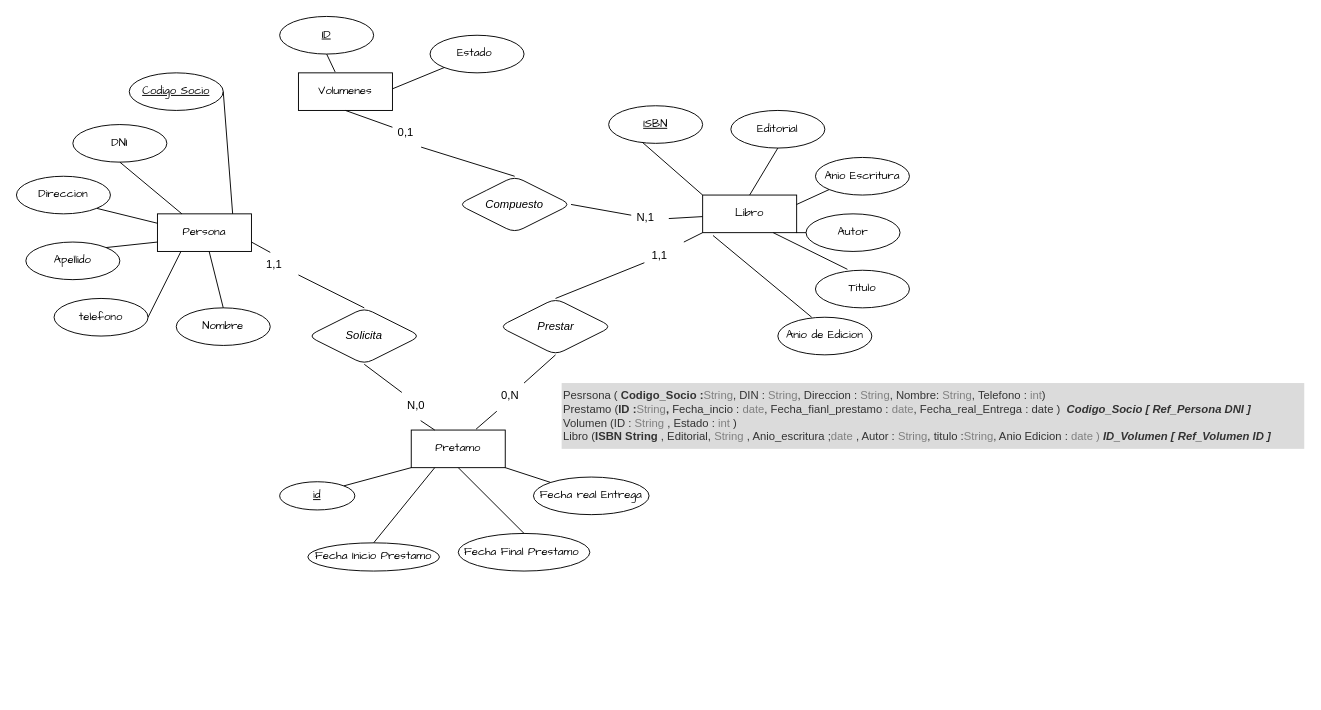
The draw.io diagram Diagramas/Actividad_01_C3_UD12.drawio in jordimall/jmg-tsys-ta12diagramasER-drawio-111023, before the edit. Source tidied: cells renumbered, new cells numbered last; positions are measured from the earlier drawing's top-left corner, leaving out a move shared by most shapes. Both pictures are drawn from the tidied source at 94%, with x=0, y=0 at pixel (16, 16).
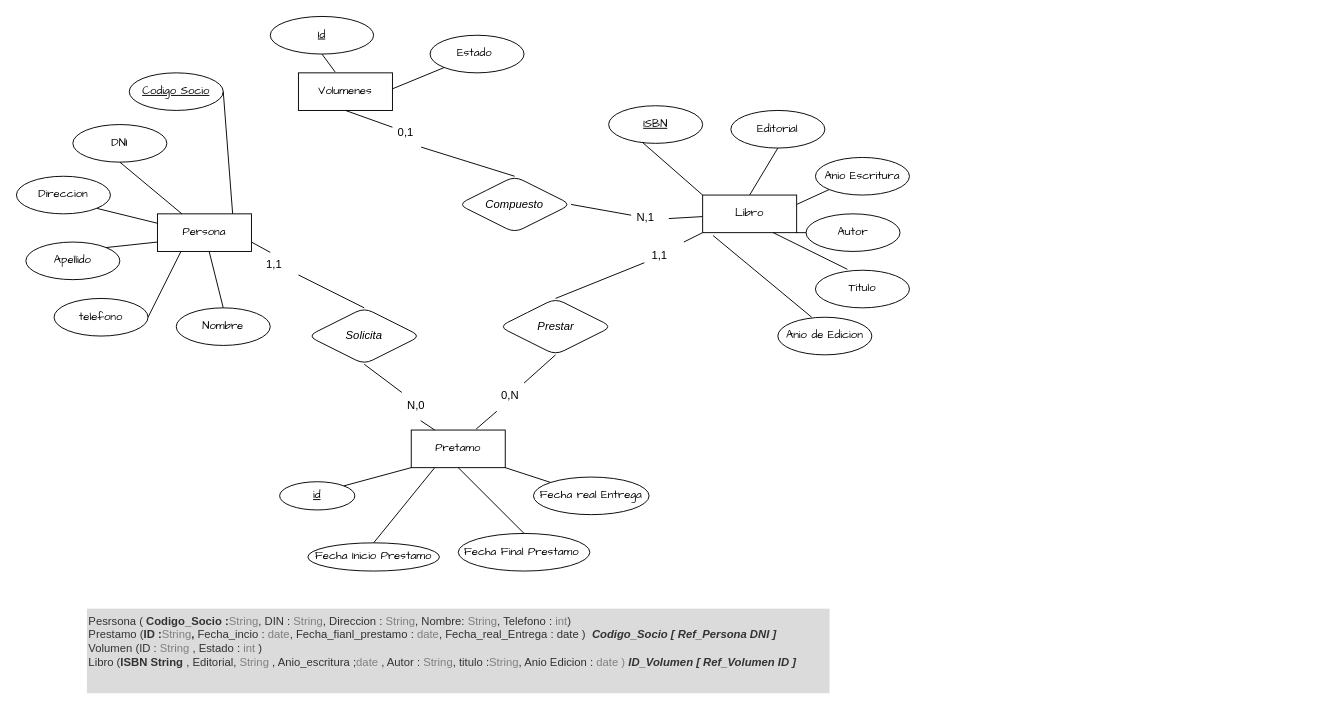
Above is the later version.

The edit, as a diff of the source:
```diff
@@
-    <mxCell id="46" value="ID" style="ellipse;whiteSpace=wrap;html=1;align=center;fontStyle=4;rounded=1;fontFamily=Comic Sans MS;" parent="1" vertex="1">
-      <mxGeometry x="280" width="100" height="40" as="geometry" />
+    <mxCell id="46" value="Id" style="ellipse;whiteSpace=wrap;html=1;align=center;fontStyle=4;rounded=1;fontFamily=Comic Sans MS;" parent="1" vertex="1">
+      <mxGeometry x="270" width="110" height="40" as="geometry" />
     </mxCell>
@@
     <mxCell id="64" value="&lt;font&gt;&lt;font&gt;Pesrsona ( &lt;b&gt;Codigo_Socio :&lt;/b&gt;&lt;font style=&quot;&quot; color=&quot;#808080&quot;&gt;String&lt;/font&gt;, DIN : &lt;font color=&quot;#808080&quot;&gt;String&lt;/font&gt;, Direccion : &lt;font color=&quot;#808080&quot;&gt;String&lt;/font&gt;, Nombre:&lt;font color=&quot;#808080&quot;&gt; String&lt;/font&gt;, Telefono :&lt;font color=&quot;#808080&quot;&gt; int&lt;/font&gt;)&lt;br&gt;Prestamo (&lt;b&gt;ID :&lt;/b&gt;&lt;font style=&quot;&quot; color=&quot;#808080&quot;&gt;String&lt;/font&gt;&lt;b&gt;, &lt;/b&gt;Fecha_incio :&lt;font color=&quot;#808080&quot;&gt; date&lt;/font&gt;, Fecha_fianl_prestamo : &lt;font color=&quot;#808080&quot;&gt;date&lt;/font&gt;, Fecha_real_Entrega : date )&amp;nbsp;&amp;nbsp;&lt;i style=&quot;border-color: var(--border-color);&quot;&gt;&lt;b&gt;Codigo_Socio [ Ref_Persona DNI ]&amp;nbsp;&lt;/b&gt;&lt;/i&gt;&lt;br&gt;Volumen (ID : &lt;font color=&quot;#808080&quot;&gt;String&lt;/font&gt; , Estado : &lt;font color=&quot;#808080&quot;&gt;int&lt;/font&gt; )&lt;br&gt;Libro (&lt;b&gt;ISBN String &lt;/b&gt;, Editorial, &lt;font color=&quot;#808080&quot;&gt;String&lt;/font&gt; , Anio_escritura ;&lt;font color=&quot;#808080&quot;&gt;date&lt;/font&gt; , Autor : &lt;font color=&quot;#808080&quot;&gt;String&lt;/font&gt;, titulo :&lt;font color=&quot;#808080&quot;&gt;String&lt;/font&gt;, Anio Edicion : &lt;font color=&quot;#808080&quot;&gt;date )&amp;nbsp;&lt;/font&gt;&lt;b&gt;&lt;i style=&quot;border-color: var(--border-color);&quot;&gt;ID_Volumen [ Ref_Volumen ID ]&amp;nbsp;&lt;/i&gt;&lt;br&gt;&lt;/b&gt;&lt;br&gt;&lt;/font&gt;&lt;/font&gt;" style="text;html=1;strokeColor=none;fillColor=#dbdbdb;align=left;verticalAlign=top;whiteSpace=wrap;rounded=0;horizontal=1;fontColor=#333333;" parent="1" vertex="1">
-      <mxGeometry x="580" y="390" width="790" height="70" as="geometry" />
+      <mxGeometry x="75" y="630" width="790" height="90" as="geometry" />
     </mxCell>
```
